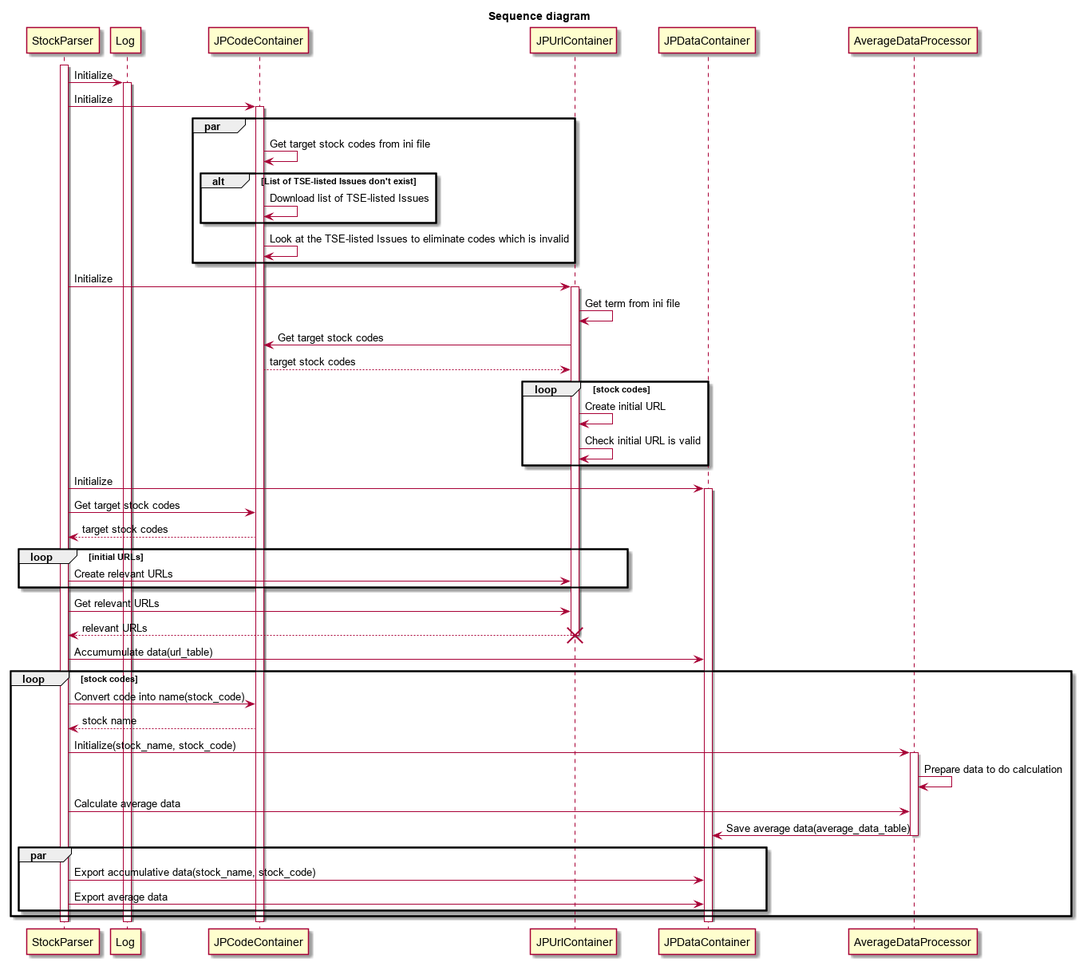
The PlantUML diagram stock_collector/Sequence diagram.png in ChiamingMike/Stock-Analyzer, before a commit.
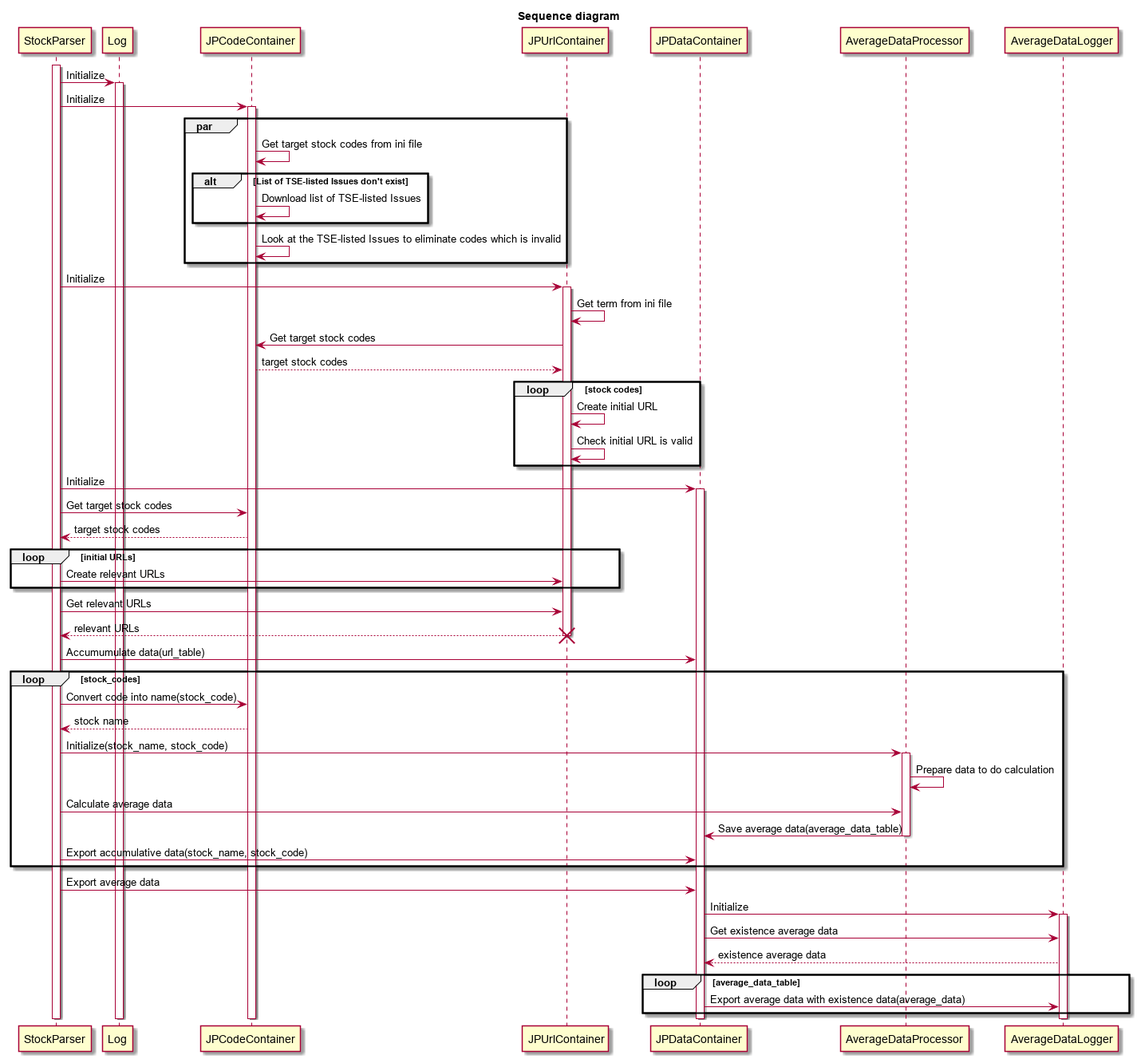
Above is the later version.

Commit message:
20200323 Sequence diagram

What changed in the source:
```diff
@@ -36,7 +36,7 @@
 
 
 StockParser -> JPDataContainer: Accumumulate data(url_table)
-loop stock codes
+loop stock_codes
     StockParser -> JPCodeContainer: Convert code into name(stock_code)
     JPCodeContainer --> StockParser: stock name
     StockParser -> AverageDataProcessor: Initialize(stock_name, stock_code)
@@ -45,11 +45,17 @@
     StockParser -> AverageDataProcessor: Calculate average data
     AverageDataProcessor -> JPDataContainer: Save average data(average_data_table)
     deactivate AverageDataProcessor
-    par
-        StockParser -> JPDataContainer: Export accumulative data(stock_name, stock_code)
-        StockParser -> JPDataContainer: Export average data
-    end
+    StockParser -> JPDataContainer: Export accumulative data(stock_name, stock_code)
 end
+StockParser -> JPDataContainer: Export average data
+JPDataContainer -> AverageDataLogger: Initialize
+activate AverageDataLogger
+JPDataContainer -> AverageDataLogger: Get existence average data
+AverageDataLogger --> JPDataContainer: existence average data
+loop average_data_table
+    JPDataContainer -> AverageDataLogger: Export average data with existence data(average_data)
+end
+deactivate AverageDataLogger
 deactivate JPDataContainer
 deactivate JPCodeContainer
 deactivate Log
```
